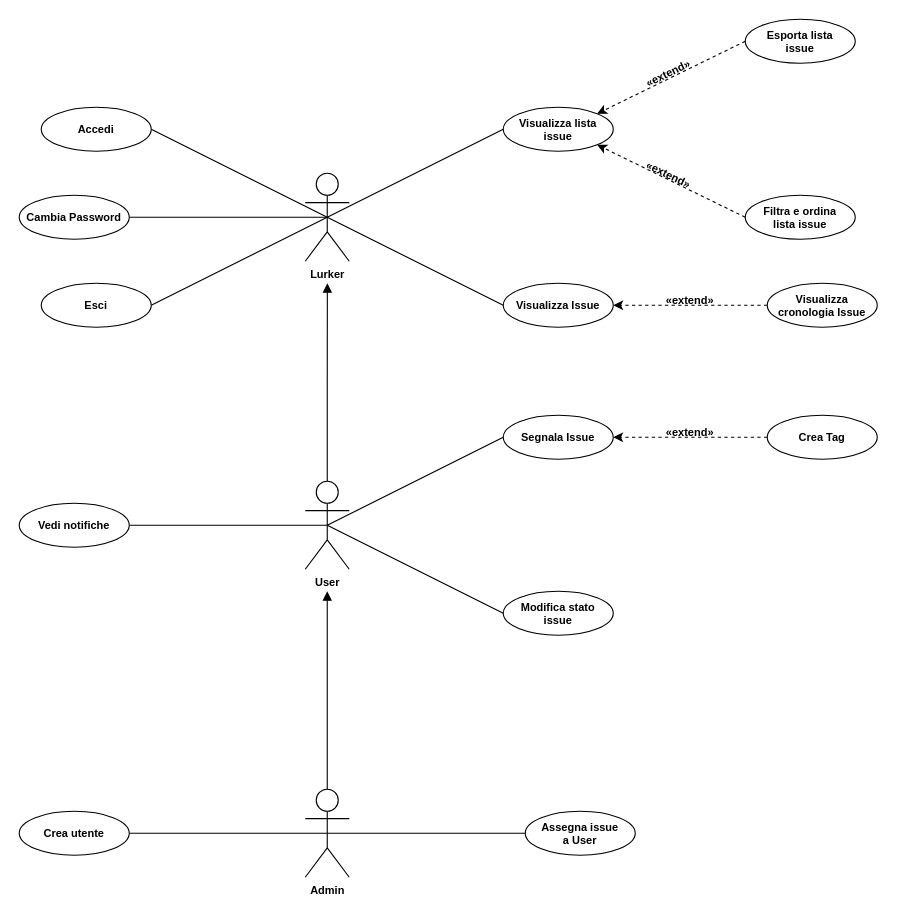
This is Documentazione/use_cases/Unified use cases/use_cases.drawio from Alessandro-uni/BugBoard26, a draw.io file, before an edit. Source tidied: cells renumbered, new cells numbered last; positions are measured from the earlier drawing's top-left corner, leaving out a move shared by most shapes. Both pictures are drawn from the tidied source at 110%, with x=0, y=0 at pixel (19, 19).
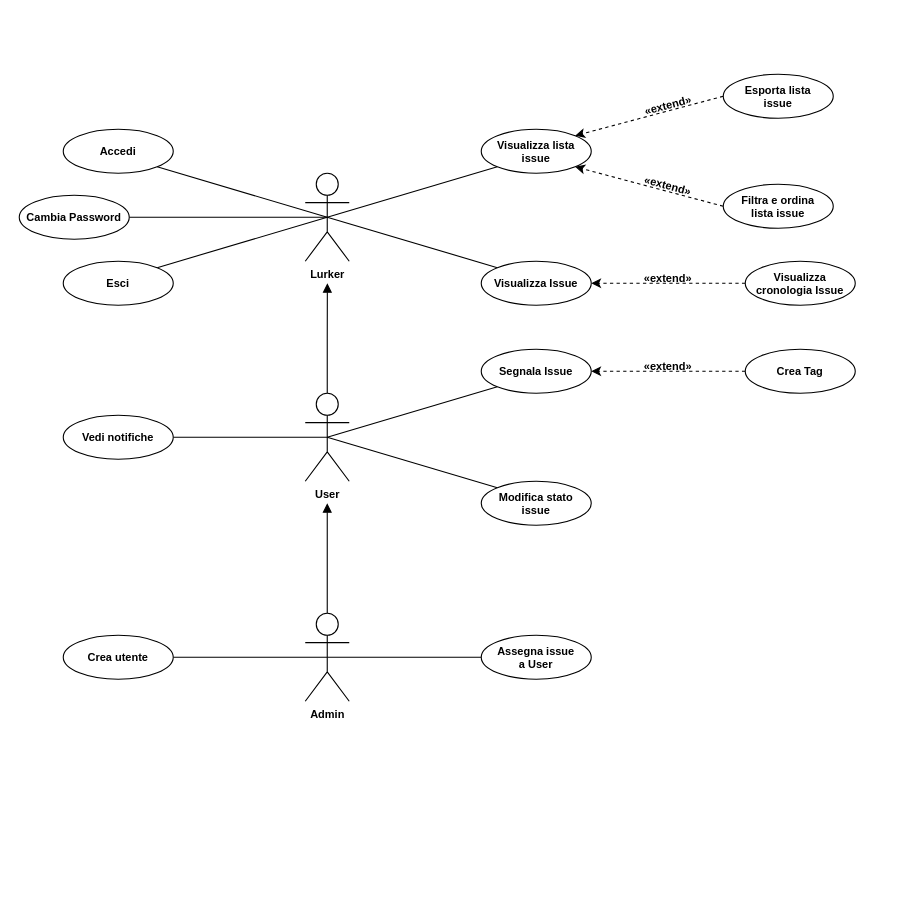
The same diagram, later.

Commit message:
better order in use case

The change refers to these unchanged cells:
```xml
<mxCell id="7" value="Lurker" style="shape=umlActor;verticalLabelPosition=bottom;verticalAlign=top;html=1;outlineConnect=0;fontStyle=1;fontSize=10;" parent="1" vertex="1">
  <mxGeometry x="260" y="140" width="40" height="80" as="geometry" />
</mxCell>
```

Diff of the diagram source:
```diff
@@
-    <mxCell id="2" style="rounded=0;jettySize=auto;html=1;exitX=0.5;exitY=0.5;exitDx=0;exitDy=0;exitPerimeter=0;entryX=1;entryY=0.5;entryDx=0;entryDy=0;fontStyle=1;fontSize=10;endArrow=none;endFill=0;" parent="1" edge="1" source="7" target="21">
+    <mxCell id="2" style="rounded=0;jettySize=auto;html=1;exitX=0.5;exitY=0.5;exitDx=0;exitDy=0;exitPerimeter=0;entryX=1;entryY=0;entryDx=0;entryDy=0;fontStyle=1;fontSize=10;endArrow=none;endFill=0;" parent="1" edge="1" source="7" target="21">
       <mxGeometry relative="1" as="geometry" />
     </mxCell>
-    <mxCell id="3" style="rounded=0;jettySize=auto;html=1;exitX=0.5;exitY=0.5;exitDx=0;exitDy=0;exitPerimeter=0;entryX=1;entryY=0.5;entryDx=0;entryDy=0;fontStyle=1;fontSize=10;endArrow=none;endFill=0;" parent="1" edge="1" source="7" target="17">
+    <mxCell id="3" style="rounded=0;jettySize=auto;html=1;exitX=0.5;exitY=0.5;exitDx=0;exitDy=0;exitPerimeter=0;entryX=1;entryY=1;entryDx=0;entryDy=0;fontStyle=1;fontSize=10;endArrow=none;endFill=0;" parent="1" edge="1" source="7" target="17">
       <mxGeometry relative="1" as="geometry" />
     </mxCell>
-    <mxCell id="4" style="rounded=0;jettySize=auto;html=1;exitX=0.5;exitY=0.5;exitDx=0;exitDy=0;exitPerimeter=0;entryX=0;entryY=0.5;entryDx=0;entryDy=0;fontStyle=1;fontSize=10;endArrow=none;endFill=0;" parent="1" edge="1" source="7" target="22">
+    <mxCell id="4" style="rounded=0;jettySize=auto;html=1;exitX=0.5;exitY=0.5;exitDx=0;exitDy=0;exitPerimeter=0;entryX=0;entryY=1;entryDx=0;entryDy=0;fontStyle=1;fontSize=10;endArrow=none;endFill=0;" parent="1" edge="1" source="7" target="22">
       <mxGeometry relative="1" as="geometry" />
     </mxCell>
-    <mxCell id="5" style="rounded=0;jettySize=auto;html=1;exitX=0.5;exitY=0.5;exitDx=0;exitDy=0;exitPerimeter=0;entryX=0;entryY=0.5;entryDx=0;entryDy=0;fontStyle=1;fontSize=10;endArrow=none;endFill=0;" parent="1" edge="1" source="7" target="27">
+    <mxCell id="5" style="rounded=0;jettySize=auto;html=1;exitX=0.5;exitY=0.5;exitDx=0;exitDy=0;exitPerimeter=0;entryX=0;entryY=0;entryDx=0;entryDy=0;fontStyle=1;fontSize=10;endArrow=none;endFill=0;" parent="1" edge="1" source="7" target="27">
       <mxGeometry relative="1" as="geometry" />
     </mxCell>
@@
-    <mxCell id="8" style="rounded=0;jettySize=auto;html=1;exitX=0.5;exitY=0.5;exitDx=0;exitDy=0;exitPerimeter=0;entryX=0;entryY=0.5;entryDx=0;entryDy=0;fontStyle=1;fontSize=10;endArrow=none;endFill=0;" parent="1" edge="1" source="11" target="18">
+    <mxCell id="8" style="rounded=0;jettySize=auto;html=1;exitX=0.5;exitY=0.5;exitDx=0;exitDy=0;exitPerimeter=0;entryX=0;entryY=1;entryDx=0;entryDy=0;fontStyle=1;fontSize=10;endArrow=none;endFill=0;" parent="1" edge="1" source="11" target="18">
       <mxGeometry relative="1" as="geometry" />
     </mxCell>
@@
     <mxCell id="11" value="User" style="shape=umlActor;verticalLabelPosition=bottom;verticalAlign=top;html=1;outlineConnect=0;fontStyle=1;fontSize=10;" parent="1" vertex="1">
-      <mxGeometry x="260" y="420" width="40" height="80" as="geometry" />
+      <mxGeometry x="260" y="340" width="40" height="80" as="geometry" />
     </mxCell>
@@
     <mxCell id="14" style="rounded=0;jettySize=auto;html=1;exitX=0.5;exitY=0;exitDx=0;exitDy=0;exitPerimeter=0;endArrow=block;endFill=1;" parent="1" edge="1" source="15">
       <mxGeometry relative="1" as="geometry">
-        <mxPoint x="280" y="520" as="targetPoint" />
+        <mxPoint x="280" y="440" as="targetPoint" />
       </mxGeometry>
     </mxCell>
     <mxCell id="15" value="Admin" style="shape=umlActor;verticalLabelPosition=bottom;verticalAlign=top;html=1;outlineConnect=0;fontStyle=1;fontSize=10;" parent="1" vertex="1">
-      <mxGeometry x="260" y="700" width="40" height="80" as="geometry" />
+      <mxGeometry x="260" y="540" width="40" height="80" as="geometry" />
     </mxCell>
     <mxCell id="16" value="Crea utente" style="ellipse;whiteSpace=wrap;html=1;align=center;fontStyle=1;fontSize=10;" parent="1" vertex="1">
-      <mxGeometry y="720" width="100" height="40" as="geometry" />
+      <mxGeometry x="40" y="560" width="100" height="40" as="geometry" />
     </mxCell>
     <mxCell id="17" value="Accedi" style="ellipse;whiteSpace=wrap;html=1;align=center;fontStyle=1;fontSize=10;" parent="1" vertex="1">
-      <mxGeometry x="20" y="80" width="100" height="40" as="geometry" />
+      <mxGeometry x="40" y="100" width="100" height="40" as="geometry" />
     </mxCell>
     <mxCell id="18" value="Segnala Issue" style="ellipse;whiteSpace=wrap;html=1;align=center;fontStyle=1;fontSize=10;" parent="1" vertex="1">
-      <mxGeometry x="440" y="360" width="100" height="40" as="geometry" />
+      <mxGeometry x="420" y="300" width="100" height="40" as="geometry" />
     </mxCell>
@@
     <mxCell id="20" value="Crea Tag" style="ellipse;whiteSpace=wrap;html=1;align=center;fontStyle=1;fontSize=10;" parent="1" vertex="1">
-      <mxGeometry x="680" y="360" width="100" height="40" as="geometry" />
+      <mxGeometry x="660" y="300" width="100" height="40" as="geometry" />
     </mxCell>
     <mxCell id="21" value="Esci" style="ellipse;whiteSpace=wrap;html=1;align=center;fontStyle=1;fontSize=10;" parent="1" vertex="1">
-      <mxGeometry x="20" y="240" width="100" height="40" as="geometry" />
+      <mxGeometry x="40" y="220" width="100" height="40" as="geometry" />
     </mxCell>
     <mxCell id="22" value="Visualizza lista&lt;br&gt;issue" style="ellipse;whiteSpace=wrap;html=1;align=center;fontStyle=1;fontSize=10;" parent="1" vertex="1">
-      <mxGeometry x="440" y="80" width="100" height="40" as="geometry" />
+      <mxGeometry x="420" y="100" width="100" height="40" as="geometry" />
     </mxCell>
@@
     <mxCell id="24" value="Esporta lista&lt;br&gt;issue" style="ellipse;whiteSpace=wrap;html=1;align=center;fontStyle=1;fontSize=10;" parent="1" vertex="1">
-      <mxGeometry x="660" width="100" height="40" as="geometry" />
+      <mxGeometry x="640" y="50" width="100" height="40" as="geometry" />
     </mxCell>
@@
     <mxCell id="26" value="Filtra e ordina&lt;br&gt;lista issue" style="ellipse;whiteSpace=wrap;html=1;align=center;fontStyle=1;fontSize=10;" parent="1" vertex="1">
-      <mxGeometry x="660" y="160" width="100" height="40" as="geometry" />
+      <mxGeometry x="640" y="150" width="100" height="40" as="geometry" />
     </mxCell>
     <mxCell id="27" value="Visualizza Issue" style="ellipse;whiteSpace=wrap;html=1;align=center;fontStyle=1;fontSize=10;" parent="1" vertex="1">
-      <mxGeometry x="440" y="240" width="100" height="40" as="geometry" />
+      <mxGeometry x="420" y="220" width="100" height="40" as="geometry" />
     </mxCell>
@@
     <mxCell id="29" value="Visualizza&lt;br&gt;cronologia Issue" style="ellipse;whiteSpace=wrap;html=1;align=center;fontStyle=1;fontSize=10;" parent="1" vertex="1">
-      <mxGeometry x="680" y="240" width="100" height="40" as="geometry" />
+      <mxGeometry x="660" y="220" width="100" height="40" as="geometry" />
     </mxCell>
@@
     <mxCell id="31" value="Vedi notifiche" style="ellipse;whiteSpace=wrap;html=1;align=center;fontStyle=1;fontSize=10;" parent="1" vertex="1">
-      <mxGeometry y="440" width="100" height="40" as="geometry" />
+      <mxGeometry x="40" y="360" width="100" height="40" as="geometry" />
     </mxCell>
-    <mxCell id="32" style="rounded=0;jettySize=auto;html=1;exitX=0.5;exitY=0.5;exitDx=0;exitDy=0;exitPerimeter=0;entryX=0;entryY=0.5;entryDx=0;entryDy=0;fontStyle=1;fontSize=10;endArrow=none;endFill=0;" parent="1" edge="1" source="11" target="33">
+    <mxCell id="32" style="rounded=0;jettySize=auto;html=1;exitX=0.5;exitY=0.5;exitDx=0;exitDy=0;exitPerimeter=0;entryX=0;entryY=0;entryDx=0;entryDy=0;fontStyle=1;fontSize=10;endArrow=none;endFill=0;" parent="1" edge="1" source="11" target="33">
       <mxGeometry relative="1" as="geometry" />
     </mxCell>
     <mxCell id="33" value="Modifica stato&lt;br&gt;issue" style="ellipse;whiteSpace=wrap;html=1;align=center;fontStyle=1;fontSize=10;" parent="1" vertex="1">
-      <mxGeometry x="440" y="520" width="100" height="40" as="geometry" />
+      <mxGeometry x="420" y="420" width="100" height="40" as="geometry" />
     </mxCell>
     <mxCell id="34" value="Assegna issue&lt;br&gt;a User" style="ellipse;whiteSpace=wrap;html=1;align=center;fontStyle=1;fontSize=10;" parent="1" vertex="1">
-      <mxGeometry x="460" y="720" width="100" height="40" as="geometry" />
+      <mxGeometry x="420" y="560" width="100" height="40" as="geometry" />
     </mxCell>
-    <mxCell id="35" value="«extend» " style="text;html=1;whiteSpace=wrap;strokeColor=none;fillColor=none;align=center;verticalAlign=middle;rounded=0;fontStyle=1;rotation=334;fontSize=10;" parent="1" vertex="1">
-      <mxGeometry x="560" y="34" width="60" height="30" as="geometry" />
+    <mxCell id="35" value="«extend» " style="text;html=1;whiteSpace=wrap;strokeColor=none;fillColor=none;align=center;verticalAlign=middle;rounded=0;fontStyle=1;rotation=345;fontSize=10;" parent="1" vertex="1">
+      <mxGeometry x="560" y="63" width="60" height="30" as="geometry" />
     </mxCell>
-    <mxCell id="36" value="«extend» " style="text;html=1;whiteSpace=wrap;strokeColor=none;fillColor=none;align=center;verticalAlign=middle;rounded=0;fontStyle=1;rotation=26;fontSize=10;" parent="1" vertex="1">
-      <mxGeometry x="560.5" y="125.6" width="60" height="30" as="geometry" />
+    <mxCell id="36" value="«extend» " style="text;html=1;whiteSpace=wrap;strokeColor=none;fillColor=none;align=center;verticalAlign=middle;rounded=0;fontStyle=1;rotation=15;fontSize=10;" parent="1" vertex="1">
+      <mxGeometry x="560" y="136" width="60" height="30" as="geometry" />
     </mxCell>
     <mxCell id="37" value="«extend» " style="text;html=1;whiteSpace=wrap;strokeColor=none;fillColor=none;align=center;verticalAlign=middle;rounded=0;fontStyle=1;rotation=0;fontSize=10;" parent="1" vertex="1">
-      <mxGeometry x="580" y="239.6" width="60" height="30" as="geometry" />
+      <mxGeometry x="560" y="219.6" width="60" height="30" as="geometry" />
     </mxCell>
     <mxCell id="38" value="«extend» " style="text;html=1;whiteSpace=wrap;strokeColor=none;fillColor=none;align=center;verticalAlign=middle;rounded=0;fontStyle=1;rotation=0;fontSize=10;" parent="1" vertex="1">
-      <mxGeometry x="580" y="360" width="60" height="30" as="geometry" />
+      <mxGeometry x="560" y="300" width="60" height="30" as="geometry" />
     </mxCell>
```
